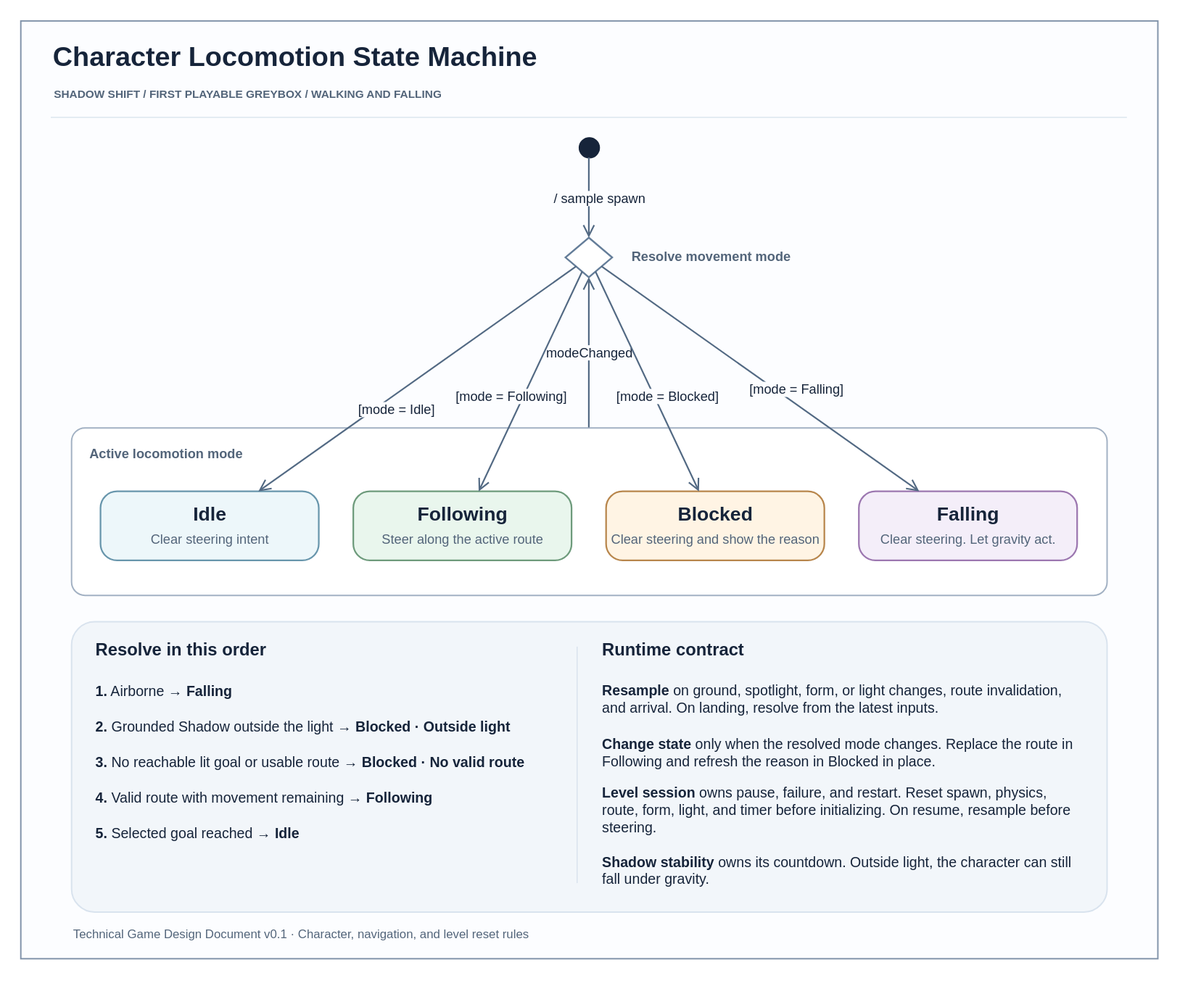
Before: Docs/Architecture/UML/character-locomotion-state-machine.drawio.svg, a diagram exported from draw.io (YYchainsAw/shadow-shift). Source tidied: cells renumbered, new cells last; positions are measured from the earlier drawing's top-left corner, leaving out a move shared by most shapes.
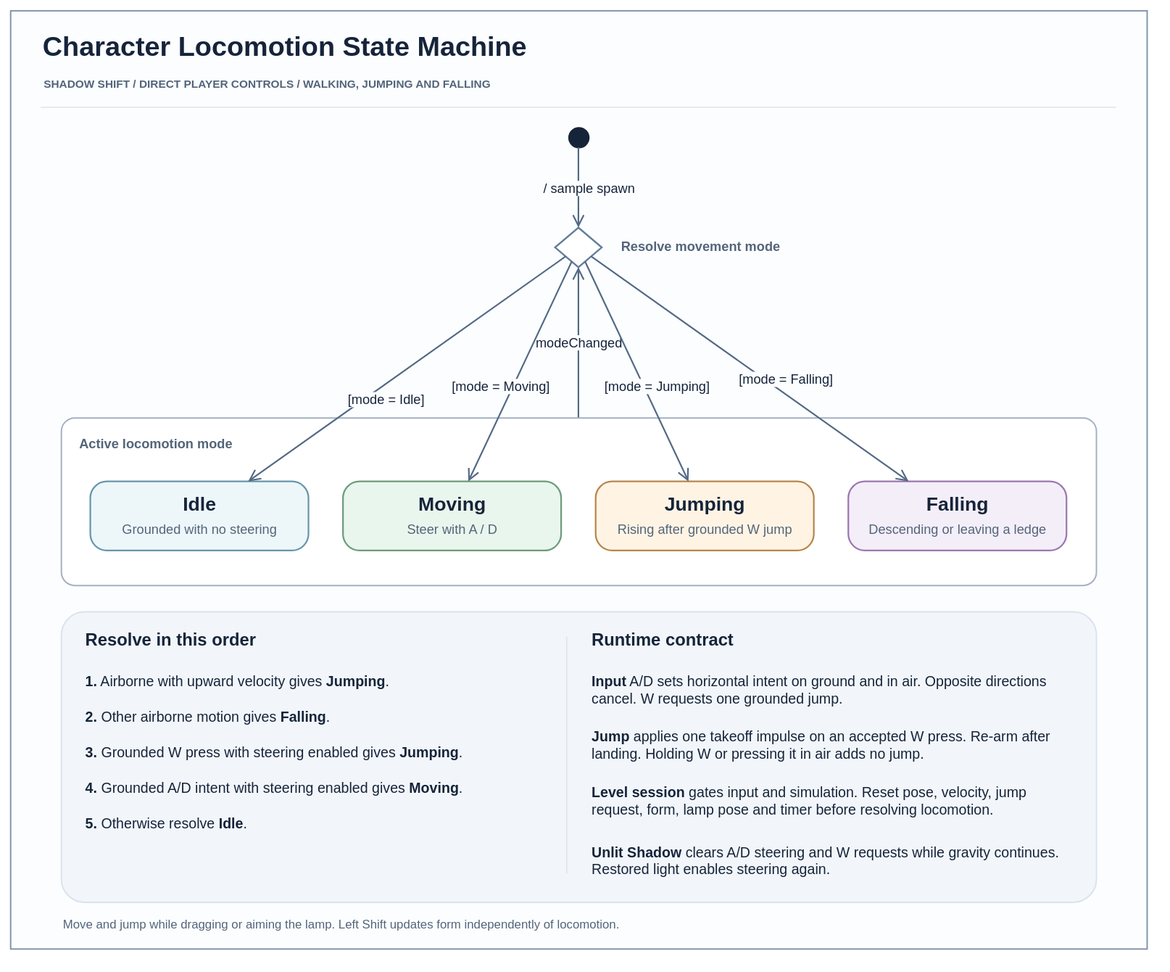
Later version of the same file.

Commit message:
docs: align design and UML with direct player controls

What changed in the source:
```diff
@@ -8,7 +8,7 @@
     <mxCell id="3" value="Character Locomotion State Machine" style="html=1;fontFamily=Arial;text;whiteSpace=wrap;align=left;verticalAlign=middle;fontColor=#16243a;fontStyle=1;fontSize=27;" parent="2" vertex="1">
       <mxGeometry x="30" y="15" width="1060" height="42" as="geometry" />
     </mxCell>
-    <mxCell id="4" value="SHADOW SHIFT  /  FIRST PLAYABLE GREYBOX  /  WALKING AND FALLING" style="html=1;fontFamily=Arial;text;whiteSpace=wrap;align=left;verticalAlign=middle;fontColor=#16243a;fontStyle=1;fontSize=11;fontColor=#53657a;" parent="2" vertex="1">
+    <mxCell id="4" value="SHADOW SHIFT  /  DIRECT PLAYER CONTROLS  /  WALKING, JUMPING AND FALLING" style="html=1;fontFamily=Arial;text;whiteSpace=wrap;align=left;verticalAlign=middle;fontColor=#16243a;fontStyle=1;fontSize=11;fontColor=#53657a;" parent="2" vertex="1">
       <mxGeometry x="31" y="60" width="1058" height="23" as="geometry" />
     </mxCell>
     <mxCell id="5" style="html=1;fontFamily=Arial;rounded=0;arcSize=8;fillColor=#dae4ee;strokeColor=none;strokeWidth=1.4;" parent="2" vertex="1">
@@ -29,16 +29,16 @@
     <mxCell id="10" value="Active locomotion mode" style="html=1;fontFamily=Arial;text;whiteSpace=wrap;align=left;verticalAlign=middle;fontColor=#16243a;fontStyle=1;fontSize=13;fontColor=#53657a;" parent="9" vertex="1">
       <mxGeometry x="16" y="12" width="186" height="26" as="geometry" />
     </mxCell>
-    <mxCell id="11" value="&lt;b&gt;Idle&lt;/b&gt;&lt;br&gt;&lt;span style=&quot;font-size:13px;color:#53657a&quot;&gt;Clear steering intent&lt;/span&gt;" style="html=1;fontFamily=Arial;rounded=1;arcSize=24;whiteSpace=wrap;align=center;verticalAlign=middle;fontSize=19;fontColor=#16243a;fillColor=#edf7fa;strokeColor=#6896ac;strokeWidth=1.6;" parent="9" vertex="1">
+    <mxCell id="11" value="&lt;b&gt;Idle&lt;/b&gt;&lt;br&gt;&lt;span style=&quot;font-size:13px;color:#53657a&quot;&gt;Grounded with no steering&lt;/span&gt;" style="html=1;fontFamily=Arial;rounded=1;arcSize=24;whiteSpace=wrap;align=center;verticalAlign=middle;fontSize=19;fontColor=#16243a;fillColor=#edf7fa;strokeColor=#6896ac;strokeWidth=1.6;" parent="9" vertex="1">
       <mxGeometry x="29" y="63" width="215" height="68" as="geometry" />
     </mxCell>
-    <mxCell id="12" value="&lt;b&gt;Following&lt;/b&gt;&lt;br&gt;&lt;span style=&quot;font-size:13px;color:#53657a&quot;&gt;Steer along the active route&lt;/span&gt;" style="html=1;fontFamily=Arial;rounded=1;arcSize=24;whiteSpace=wrap;align=center;verticalAlign=middle;fontSize=19;fontColor=#16243a;fillColor=#e9f6ed;strokeColor=#6e9b7c;strokeWidth=1.6;" parent="9" vertex="1">
-      <mxGeometry x="278" y="63" width="215" height="68" as="geometry" />
-    </mxCell>
-    <mxCell id="13" value="&lt;b&gt;Blocked&lt;/b&gt;&lt;br&gt;&lt;span style=&quot;font-size:13px;color:#53657a&quot;&gt;Clear steering and show the reason&lt;/span&gt;" style="html=1;fontFamily=Arial;rounded=1;arcSize=24;whiteSpace=wrap;align=center;verticalAlign=middle;fontSize=19;fontColor=#16243a;fillColor=#fff4e4;strokeColor=#b8864c;strokeWidth=1.6;" parent="9" vertex="1">
-      <mxGeometry x="527" y="63" width="215" height="68" as="geometry" />
-    </mxCell>
+    <mxCell id="35" value="&lt;b&gt;Moving&lt;/b&gt;&lt;br&gt;&lt;span style=&quot;font-size:13px;color:#53657a&quot;&gt;Steer with A / D&lt;/span&gt;" style="html=1;fontFamily=Arial;rounded=1;arcSize=24;whiteSpace=wrap;align=center;verticalAlign=middle;fontSize=19;fontColor=#16243a;fillColor=#e9f6ed;strokeColor=#6e9b7c;strokeWidth=1.6;" parent="9" vertex="1">
+      <mxGeometry x="278" y="63" width="215" height="68" as="geometry" />
+    </mxCell>
+    <mxCell id="36" value="&lt;b&gt;Jumping&lt;/b&gt;&lt;br&gt;&lt;span style=&quot;font-size:13px;color:#53657a&quot;&gt;Rising after grounded W jump&lt;/span&gt;" style="html=1;fontFamily=Arial;rounded=1;arcSize=24;whiteSpace=wrap;align=center;verticalAlign=middle;fontSize=19;fontColor=#16243a;fillColor=#fff4e4;strokeColor=#b8864c;strokeWidth=1.6;" parent="9" vertex="1">
+      <mxGeometry x="527" y="63" width="215" height="68" as="geometry" />
+    </mxCell>
-    <mxCell id="14" value="&lt;b&gt;Falling&lt;/b&gt;&lt;br&gt;&lt;span style=&quot;font-size:13px;color:#53657a&quot;&gt;Clear steering. Let gravity act.&lt;/span&gt;" style="html=1;fontFamily=Arial;rounded=1;arcSize=24;whiteSpace=wrap;align=center;verticalAlign=middle;fontSize=19;fontColor=#16243a;fillColor=#f4eef9;strokeColor=#9c77b0;strokeWidth=1.6;" parent="9" vertex="1">
+    <mxCell id="14" value="&lt;b&gt;Falling&lt;/b&gt;&lt;br&gt;&lt;span style=&quot;font-size:13px;color:#53657a&quot;&gt;Descending or leaving a ledge&lt;/span&gt;" style="html=1;fontFamily=Arial;rounded=1;arcSize=24;whiteSpace=wrap;align=center;verticalAlign=middle;fontSize=19;fontColor=#16243a;fillColor=#f4eef9;strokeColor=#9c77b0;strokeWidth=1.6;" parent="9" vertex="1">
       <mxGeometry x="776" y="63" width="215" height="68" as="geometry" />
     </mxCell>
     <mxCell id="15" value="/ sample spawn" style="html=1;fontFamily=Arial;noEdgeStyle=1;rounded=0;endArrow=open;endFill=0;endSize=9;strokeColor=#526983;strokeWidth=1.55;fontColor=#16243a;fontSize=13;labelBackgroundColor=#fcfdff;" parent="2" edge="1" source="6" target="7">
@@ -50,12 +50,12 @@
     <mxCell id="17" value="[mode = Idle]" style="html=1;fontFamily=Arial;noEdgeStyle=1;rounded=0;endArrow=open;endFill=0;endSize=9;strokeColor=#526983;strokeWidth=1.55;fontColor=#16243a;fontSize=13;labelBackgroundColor=#fcfdff;" parent="2" edge="1" source="7" target="11">
       <mxGeometry x="0.18" y="12" relative="1" as="geometry" />
     </mxCell>
-    <mxCell id="18" value="[mode = Following]" style="html=1;fontFamily=Arial;noEdgeStyle=1;rounded=0;endArrow=open;endFill=0;endSize=9;strokeColor=#526983;strokeWidth=1.55;fontColor=#16243a;fontSize=13;labelBackgroundColor=#fcfdff;" parent="2" edge="1" source="7" target="12">
-      <mxGeometry x="0.18" y="-12" relative="1" as="geometry" />
-    </mxCell>
-    <mxCell id="19" value="[mode = Blocked]" style="html=1;fontFamily=Arial;noEdgeStyle=1;rounded=0;endArrow=open;endFill=0;endSize=9;strokeColor=#526983;strokeWidth=1.55;fontColor=#16243a;fontSize=13;labelBackgroundColor=#fcfdff;" parent="2" edge="1" source="7" target="13">
-      <mxGeometry x="0.18" y="12" relative="1" as="geometry" />
-    </mxCell>
+    <mxCell id="37" value="[mode = Moving]" style="html=1;fontFamily=Arial;noEdgeStyle=1;rounded=0;endArrow=open;endFill=0;endSize=9;strokeColor=#526983;strokeWidth=1.55;fontColor=#16243a;fontSize=13;labelBackgroundColor=#fcfdff;" parent="2" edge="1" source="7" target="35">
+      <mxGeometry x="0.18" y="-12" relative="1" as="geometry" />
+    </mxCell>
+    <mxCell id="38" value="[mode = Jumping]" style="html=1;fontFamily=Arial;noEdgeStyle=1;rounded=0;endArrow=open;endFill=0;endSize=9;strokeColor=#526983;strokeWidth=1.55;fontColor=#16243a;fontSize=13;labelBackgroundColor=#fcfdff;" parent="2" edge="1" source="7" target="36">
+      <mxGeometry x="0.18" y="12" relative="1" as="geometry" />
+    </mxCell>
     <mxCell id="20" value="[mode = Falling]" style="html=1;fontFamily=Arial;noEdgeStyle=1;rounded=0;endArrow=open;endFill=0;endSize=9;strokeColor=#526983;strokeWidth=1.55;fontColor=#16243a;fontSize=13;labelBackgroundColor=#fcfdff;" parent="2" edge="1" source="7" target="14">
       <mxGeometry x="0.18" y="12" relative="1" as="geometry" />
     </mxCell>
@@ -65,19 +65,19 @@
     <mxCell id="22" value="Resolve in this order" style="html=1;fontFamily=Arial;text;whiteSpace=wrap;align=left;verticalAlign=middle;fontColor=#16243a;fontSize=17;fontStyle=1;" parent="2" vertex="1">
       <mxGeometry x="72" y="608" width="455" height="26" as="geometry" />
     </mxCell>
-    <mxCell id="23" value="&lt;b&gt;1.&lt;/b&gt; Airborne → &lt;b&gt;Falling&lt;/b&gt;" style="html=1;fontFamily=Arial;text;whiteSpace=wrap;align=left;verticalAlign=middle;fontColor=#16243a;fontSize=14;" parent="2" vertex="1">
+    <mxCell id="23" value="&lt;b&gt;1.&lt;/b&gt; Airborne with upward velocity gives &lt;b&gt;Jumping&lt;/b&gt;." style="html=1;fontFamily=Arial;text;whiteSpace=wrap;align=left;verticalAlign=middle;fontColor=#16243a;fontSize=14;" parent="2" vertex="1">
       <mxGeometry x="72" y="647" width="466" height="27" as="geometry" />
     </mxCell>
-    <mxCell id="24" value="&lt;b&gt;2.&lt;/b&gt; Grounded Shadow outside the light → &lt;b&gt;Blocked · Outside light&lt;/b&gt;" style="html=1;fontFamily=Arial;text;whiteSpace=wrap;align=left;verticalAlign=middle;fontColor=#16243a;fontSize=14;" parent="2" vertex="1">
+    <mxCell id="24" value="&lt;b&gt;2.&lt;/b&gt; Other airborne motion gives &lt;b&gt;Falling&lt;/b&gt;." style="html=1;fontFamily=Arial;text;whiteSpace=wrap;align=left;verticalAlign=middle;fontColor=#16243a;fontSize=14;" parent="2" vertex="1">
       <mxGeometry x="72" y="682" width="466" height="27" as="geometry" />
     </mxCell>
-    <mxCell id="25" value="&lt;b&gt;3.&lt;/b&gt; No reachable lit goal or usable route → &lt;b&gt;Blocked · No valid route&lt;/b&gt;" style="html=1;fontFamily=Arial;text;whiteSpace=wrap;align=left;verticalAlign=middle;fontColor=#16243a;fontSize=14;" parent="2" vertex="1">
+    <mxCell id="25" value="&lt;b&gt;3.&lt;/b&gt; Grounded W press with steering enabled gives &lt;b&gt;Jumping&lt;/b&gt;." style="html=1;fontFamily=Arial;text;whiteSpace=wrap;align=left;verticalAlign=middle;fontColor=#16243a;fontSize=14;" parent="2" vertex="1">
       <mxGeometry x="72" y="717" width="466" height="27" as="geometry" />
     </mxCell>
-    <mxCell id="26" value="&lt;b&gt;4.&lt;/b&gt; Valid route with movement remaining → &lt;b&gt;Following&lt;/b&gt;" style="html=1;fontFamily=Arial;text;whiteSpace=wrap;align=left;verticalAlign=middle;fontColor=#16243a;fontSize=14;" parent="2" vertex="1">
+    <mxCell id="26" value="&lt;b&gt;4.&lt;/b&gt; Grounded A/D intent with steering enabled gives &lt;b&gt;Moving&lt;/b&gt;." style="html=1;fontFamily=Arial;text;whiteSpace=wrap;align=left;verticalAlign=middle;fontColor=#16243a;fontSize=14;" parent="2" vertex="1">
       <mxGeometry x="72" y="752" width="466" height="27" as="geometry" />
     </mxCell>
-    <mxCell id="27" value="&lt;b&gt;5.&lt;/b&gt; Selected goal reached → &lt;b&gt;Idle&lt;/b&gt;" style="html=1;fontFamily=Arial;text;whiteSpace=wrap;align=left;verticalAlign=middle;fontColor=#16243a;fontSize=14;" parent="2" vertex="1">
+    <mxCell id="27" value="&lt;b&gt;5.&lt;/b&gt; Otherwise resolve &lt;b&gt;Idle&lt;/b&gt;." style="html=1;fontFamily=Arial;text;whiteSpace=wrap;align=left;verticalAlign=middle;fontColor=#16243a;fontSize=14;" parent="2" vertex="1">
       <mxGeometry x="72" y="787" width="466" height="27" as="geometry" />
     </mxCell>
     <mxCell id="28" style="html=1;fontFamily=Arial;rounded=0;arcSize=8;fillColor=#d7e1ed;strokeColor=none;strokeWidth=1.4;" parent="2" vertex="1">
@@ -86,19 +86,19 @@
     <mxCell id="29" value="Runtime contract" style="html=1;fontFamily=Arial;text;whiteSpace=wrap;align=left;verticalAlign=middle;fontColor=#16243a;fontSize=17;fontStyle=1;" parent="2" vertex="1">
       <mxGeometry x="571" y="608" width="470" height="26" as="geometry" />
     </mxCell>
-    <mxCell id="30" value="&lt;b&gt;Resample&lt;/b&gt; on ground, spotlight, form, or light changes, route invalidation, and arrival. On landing, resolve from the latest inputs." style="html=1;fontFamily=Arial;text;whiteSpace=wrap;align=left;verticalAlign=middle;fontColor=#16243a;fontSize=14;" parent="2" vertex="1">
-      <mxGeometry x="571" y="645" width="475" height="45" as="geometry" />
+    <mxCell id="30" value="&lt;b&gt;Input&lt;/b&gt; A/D sets horizontal intent on ground and in air. Opposite directions cancel. W requests one grounded jump." style="html=1;fontFamily=Arial;text;whiteSpace=wrap;align=left;verticalAlign=middle;fontColor=#16243a;fontSize=14;" parent="2" vertex="1">
+      <mxGeometry x="571" y="645" width="475" height="48" as="geometry" />
     </mxCell>
-    <mxCell id="31" value="&lt;b&gt;Change state&lt;/b&gt; only when the resolved mode changes. Replace the route in Following and refresh the reason in Blocked in place." style="html=1;fontFamily=Arial;text;whiteSpace=wrap;align=left;verticalAlign=middle;fontColor=#16243a;fontSize=14;" parent="2" vertex="1">
-      <mxGeometry x="571" y="699" width="475" height="43" as="geometry" />
+    <mxCell id="31" value="&lt;b&gt;Jump&lt;/b&gt; applies one takeoff impulse on an accepted W press. Re-arm after landing. Holding W or pressing it in air adds no jump." style="html=1;fontFamily=Arial;text;whiteSpace=wrap;align=left;verticalAlign=middle;fontColor=#16243a;fontSize=14;" parent="2" vertex="1">
+      <mxGeometry x="571" y="699" width="475" height="48" as="geometry" />
     </mxCell>
-    <mxCell id="32" value="&lt;b&gt;Level session&lt;/b&gt; owns pause, failure, and restart. Reset spawn, physics, route, form, light, and timer before initializing. On resume, resample before steering." style="html=1;fontFamily=Arial;text;whiteSpace=wrap;align=left;verticalAlign=middle;fontColor=#16243a;fontSize=14;" parent="2" vertex="1">
+    <mxCell id="32" value="&lt;b&gt;Level session&lt;/b&gt; gates input and simulation. Reset pose, velocity, jump request, form, lamp pose and timer before resolving locomotion." style="html=1;fontFamily=Arial;text;whiteSpace=wrap;align=left;verticalAlign=middle;fontColor=#16243a;fontSize=14;" parent="2" vertex="1">
       <mxGeometry x="571" y="750" width="475" height="55" as="geometry" />
     </mxCell>
-    <mxCell id="33" value="&lt;b&gt;Shadow stability&lt;/b&gt; owns its countdown. Outside light, the character can still fall under gravity." style="html=1;fontFamily=Arial;text;whiteSpace=wrap;align=left;verticalAlign=middle;fontColor=#16243a;fontSize=14;" parent="2" vertex="1">
+    <mxCell id="33" value="&lt;b&gt;Unlit Shadow&lt;/b&gt; clears A/D steering and W requests while gravity continues. Restored light enables steering again." style="html=1;fontFamily=Arial;text;whiteSpace=wrap;align=left;verticalAlign=middle;fontColor=#16243a;fontSize=14;" parent="2" vertex="1">
       <mxGeometry x="571" y="815" width="475" height="43" as="geometry" />
     </mxCell>
-    <mxCell id="34" value="Technical Game Design Document v0.1 · Character, navigation, and level reset rules" style="html=1;fontFamily=Arial;text;whiteSpace=wrap;align=left;verticalAlign=middle;fontColor=#16243a;fontColor=#53657a;fontSize=12;" parent="2" vertex="1">
+    <mxCell id="34" value="Move and jump while dragging or aiming the lamp. Left Shift updates form independently of locomotion." style="html=1;fontFamily=Arial;text;whiteSpace=wrap;align=left;verticalAlign=middle;fontColor=#16243a;fontColor=#53657a;fontSize=12;" parent="2" vertex="1">
       <mxGeometry x="50" y="889" width="1020" height="21" as="geometry" />
     </mxCell>
   </root>
```
